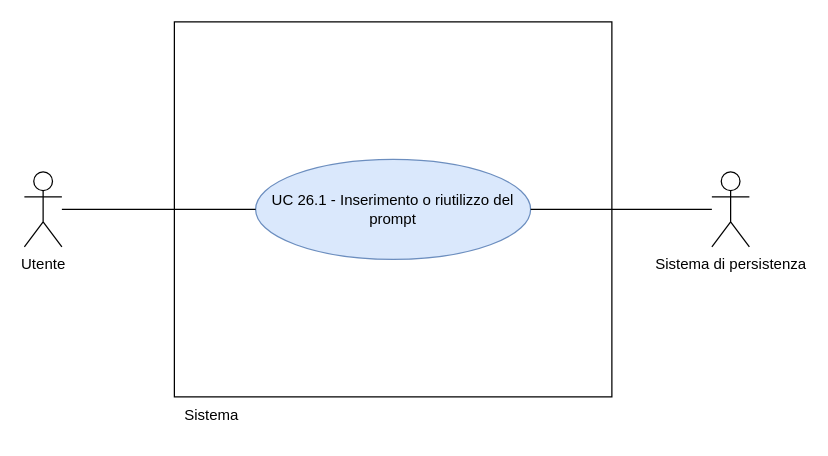
The draw.io diagram RTB/doc_esterna/analisi-dei-requisiti/assets/draw.io/UC26.1.drawio in thebitless-group-swe/thebitless.github.io, before the edit. Source tidied: cells renumbered, new cells numbered last; positions are measured from the earlier drawing's top-left corner, leaving out a move shared by most shapes. Both pictures are drawn from the tidied source at 125%, with x=0, y=0 at pixel (24, 21).
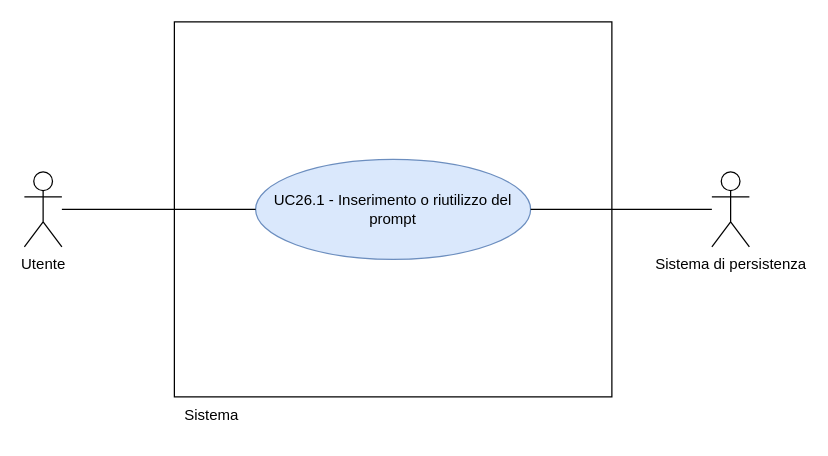
Above is the later version.

The edit, as a diff of the source:
```diff
@@
 <mxGraphModel>
   <root>
     <mxCell id="0" />
     <mxCell id="1" parent="0" />
     <mxCell id="2" value="Utente" style="shape=umlActor;verticalLabelPosition=bottom;verticalAlign=top;html=1;outlineConnect=0;" parent="1" vertex="1">
       <mxGeometry y="120" width="30" height="60" as="geometry" />
     </mxCell>
     <mxCell id="3" value="Sistema di persistenza" style="shape=umlActor;verticalLabelPosition=bottom;verticalAlign=top;html=1;outlineConnect=0;" parent="1" vertex="1">
       <mxGeometry x="550" y="120" width="30" height="60" as="geometry" />
     </mxCell>
     <mxCell id="4" style="whiteSpace=wrap;html=1;" parent="1" vertex="1">
       <mxGeometry x="120" width="350" height="300" as="geometry" />
     </mxCell>
     <mxCell id="5" value="Sistema" style="text;html=1;whiteSpace=wrap;strokeColor=none;fillColor=none;align=center;verticalAlign=middle;rounded=0;" parent="1" vertex="1">
       <mxGeometry x="120" y="300" width="60" height="30" as="geometry" />
     </mxCell>
-    <mxCell id="6" value="UC 26.1 - Inserimento o riutilizzo del prompt" style="ellipse;whiteSpace=wrap;html=1;fillColor=#dae8fc;strokeColor=#6c8ebf;" parent="1" vertex="1">
+    <mxCell id="6" value="UC26.1 - Inserimento o riutilizzo del prompt" style="ellipse;whiteSpace=wrap;html=1;fillColor=#dae8fc;strokeColor=#6c8ebf;" parent="1" vertex="1">
       <mxGeometry x="185" y="110" width="220" height="80" as="geometry" />
     </mxCell>
     <mxCell id="7" style="edgeStyle=none;rounded=0;jettySize=auto;html=1;endArrow=none;endFill=0;" parent="1" edge="1" source="2" target="6">
       <mxGeometry relative="1" as="geometry" />
     </mxCell>
     <mxCell id="8" style="edgeStyle=none;rounded=0;jettySize=auto;html=1;endArrow=none;endFill=0;" parent="1" edge="1" source="3" target="6">
       <mxGeometry relative="1" as="geometry" />
     </mxCell>
   </root>
 </mxGraphModel>
```
